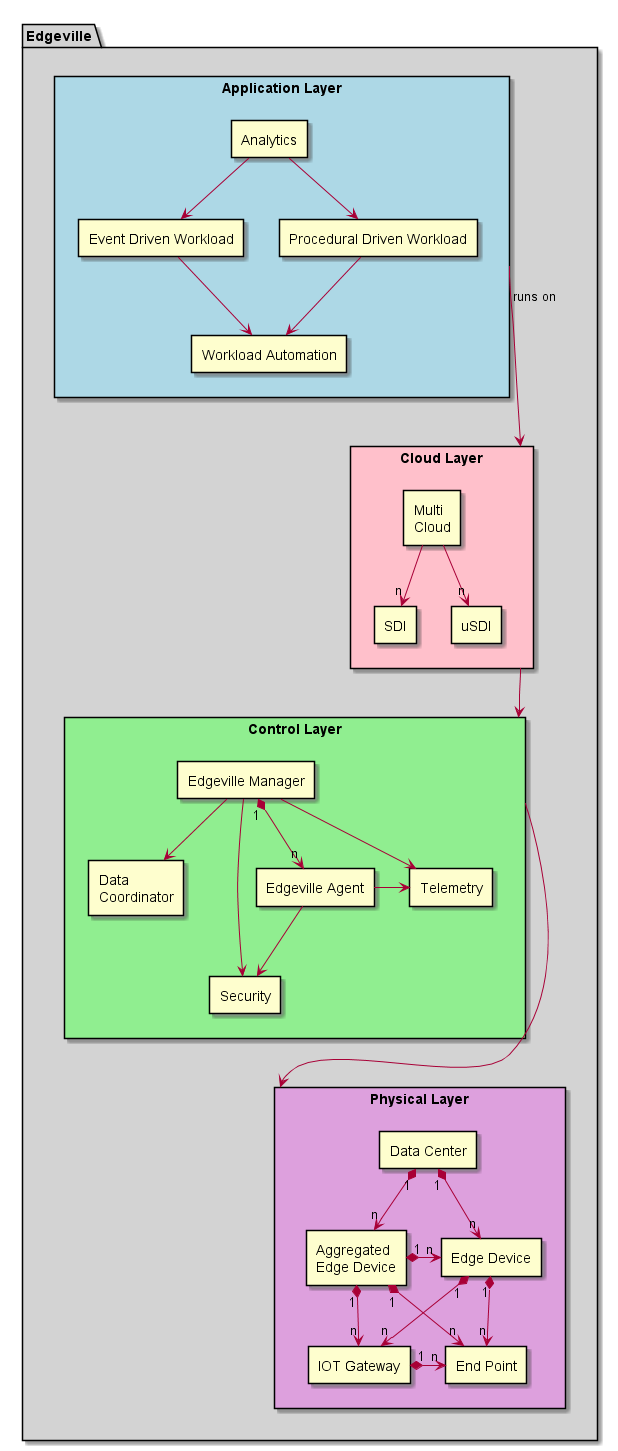
Above: docs/Solution/HighLevelLogical.png in CAADE/edgeville (PlantUML), before the change.
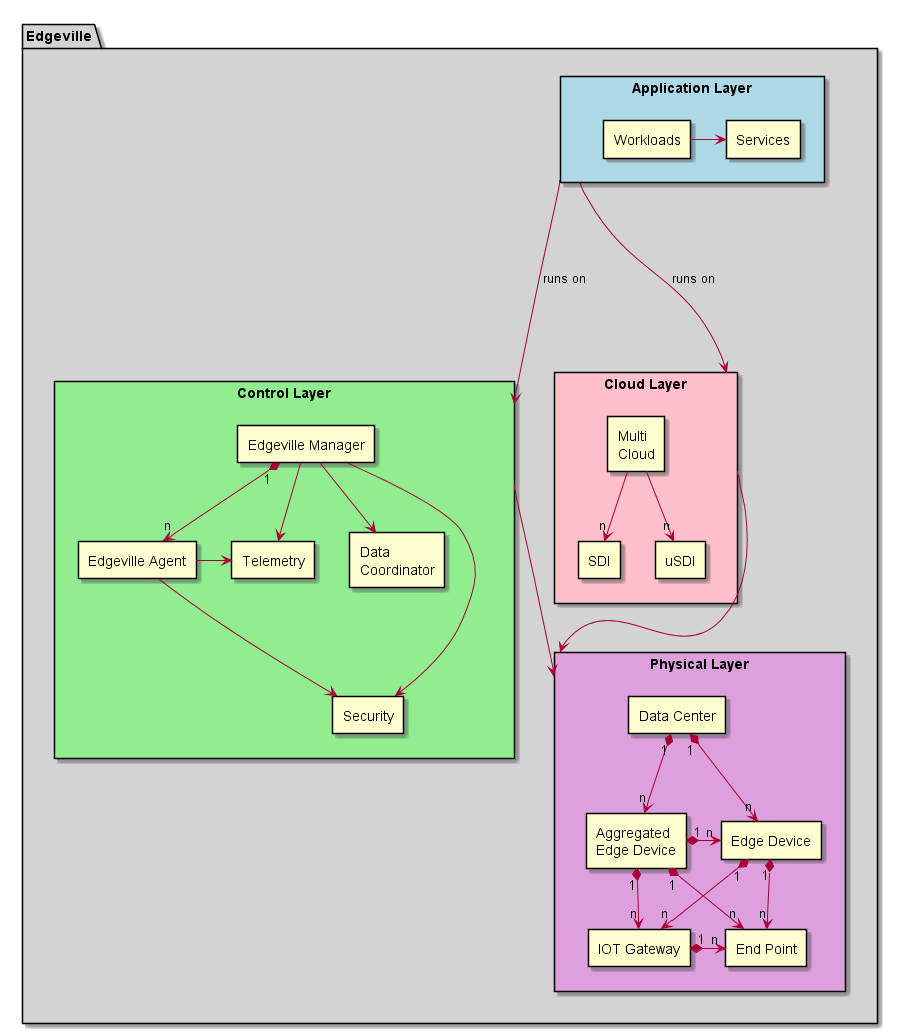
The same diagram one commit later.

Change to the diagram source:
```diff
@@ -22,14 +22,9 @@
       EA --> Security
     }
     rectangle "Application Layer" as AL #lightblue {
-      rectangle "Analytics" as ALA
-      rectangle "Event Driven Workload" as ALE
-      rectangle "Procedural Driven Workload" as ALP
-      rectangle "Workload Automation" as ALW
-      ALA --> ALP
-      ALA --> ALE
-      ALE --> ALW
-      ALP --> ALW
+      rectangle "Workloads" as ALE
+      rectangle "Services" as ALP
+      ALE -> ALP
     }
     rectangle "Physical Layer" as PL #plum {
       rectangle "Data Center" as PLDC
@@ -48,7 +43,8 @@
     }
 
     AL ----> Cloud : runs on
-    Cloud ---> Control
-    Control ----> PL
+    AL ----> Control : runs on
+    Control ---> PL
+    Cloud ---> PL
 }
 @enduml
```
